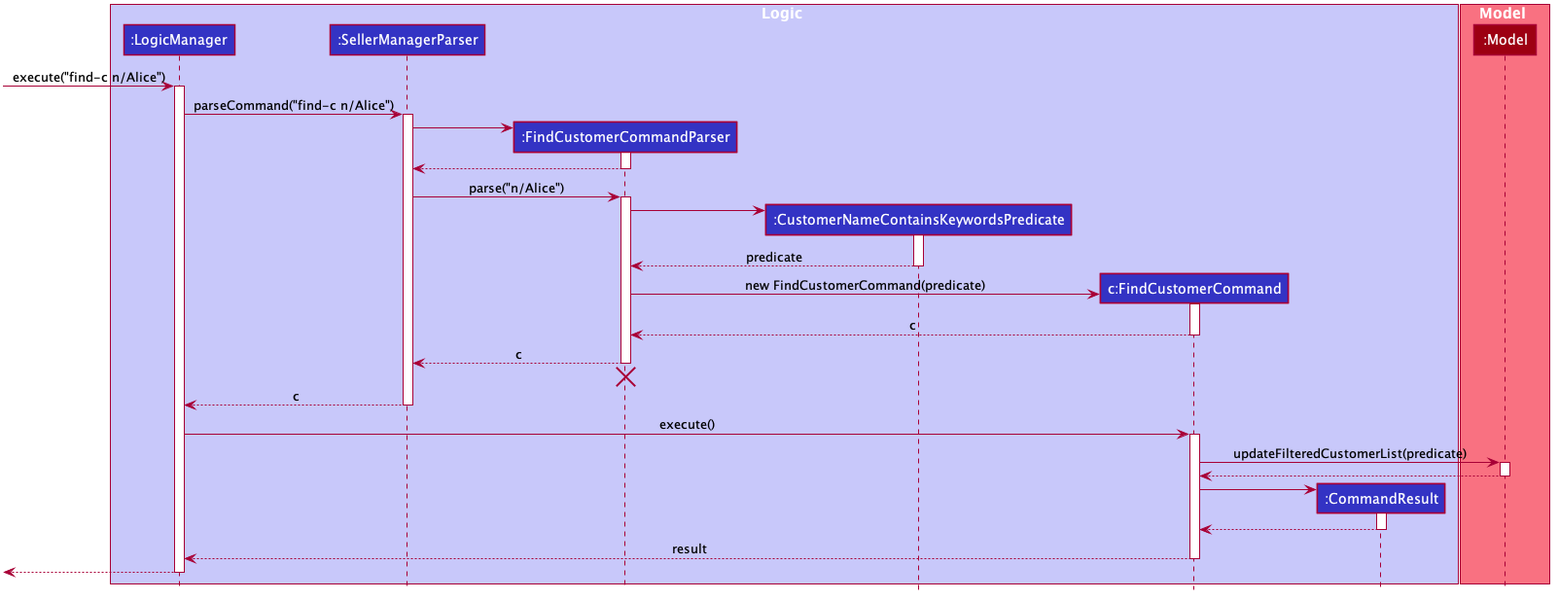
Earlier version of the PlantUML export docs/images/FindCustomerCommandSequenceDiagram1.png (nus-cs2103-AY1920S1/addressbook-level3).
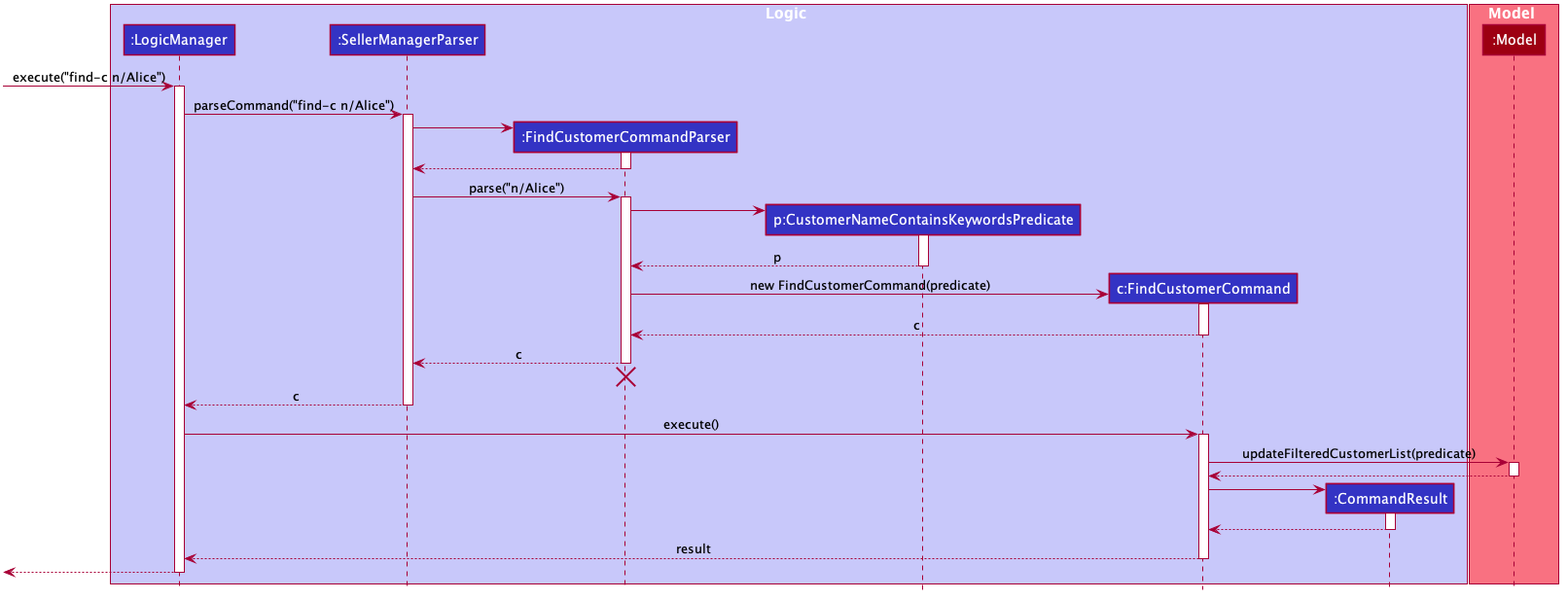
Above is the later version.

What changed in the source:
```diff
@@ -52,7 +52,7 @@
 participant ":LogicManager" as LogicManager #3333C4
 participant ":SellerManagerParser" as SellerManagerParser #3333C4
 participant ":FindCustomerCommandParser" as FindCustomerCommandParser #3333C4
-participant ":CustomerNameContainsKeywordsPredicate" as CustomerNameContainsKeywordsPredicate #3333C4
+participant "p:CustomerNameContainsKeywordsPredicate" as CustomerNameContainsKeywordsPredicate #3333C4
 participant "c:FindCustomerCommand" as FindCustomerCommand #3333C4
 participant ":CommandResult" as CommandResult #3333C4
 end box
@@ -81,7 +81,7 @@
 FindCustomerCommandParser -> CustomerNameContainsKeywordsPredicate
 
 activate CustomerNameContainsKeywordsPredicate
-CustomerNameContainsKeywordsPredicate --> FindCustomerCommandParser : predicate
+CustomerNameContainsKeywordsPredicate --> FindCustomerCommandParser : p
 deactivate CustomerNameContainsKeywordsPredicate
 
 create FindCustomerCommand
```
